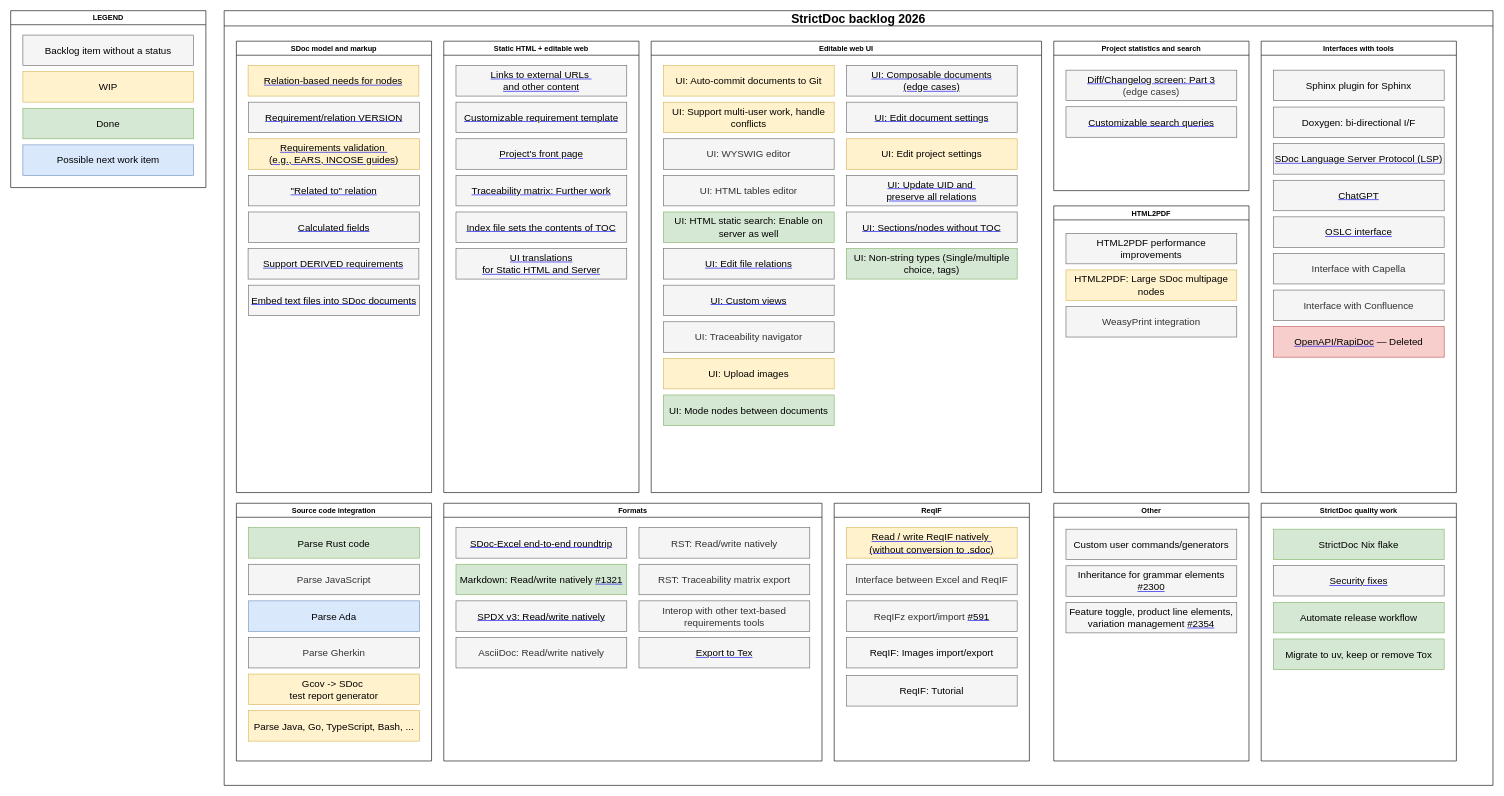
The draw.io diagram page "Backlog — 2026" (1 of 2) of developer/drawio/Backlog.drawio in strictdoc-project/strictdoc, before the edit. Source tidied: cells renumbered, new cells numbered last; positions are measured from the earlier drawing's top-left corner, leaving out a move shared by most shapes. Both pictures are drawn from the tidied source at 61%, with x=0, y=0 at pixel (10, 10).
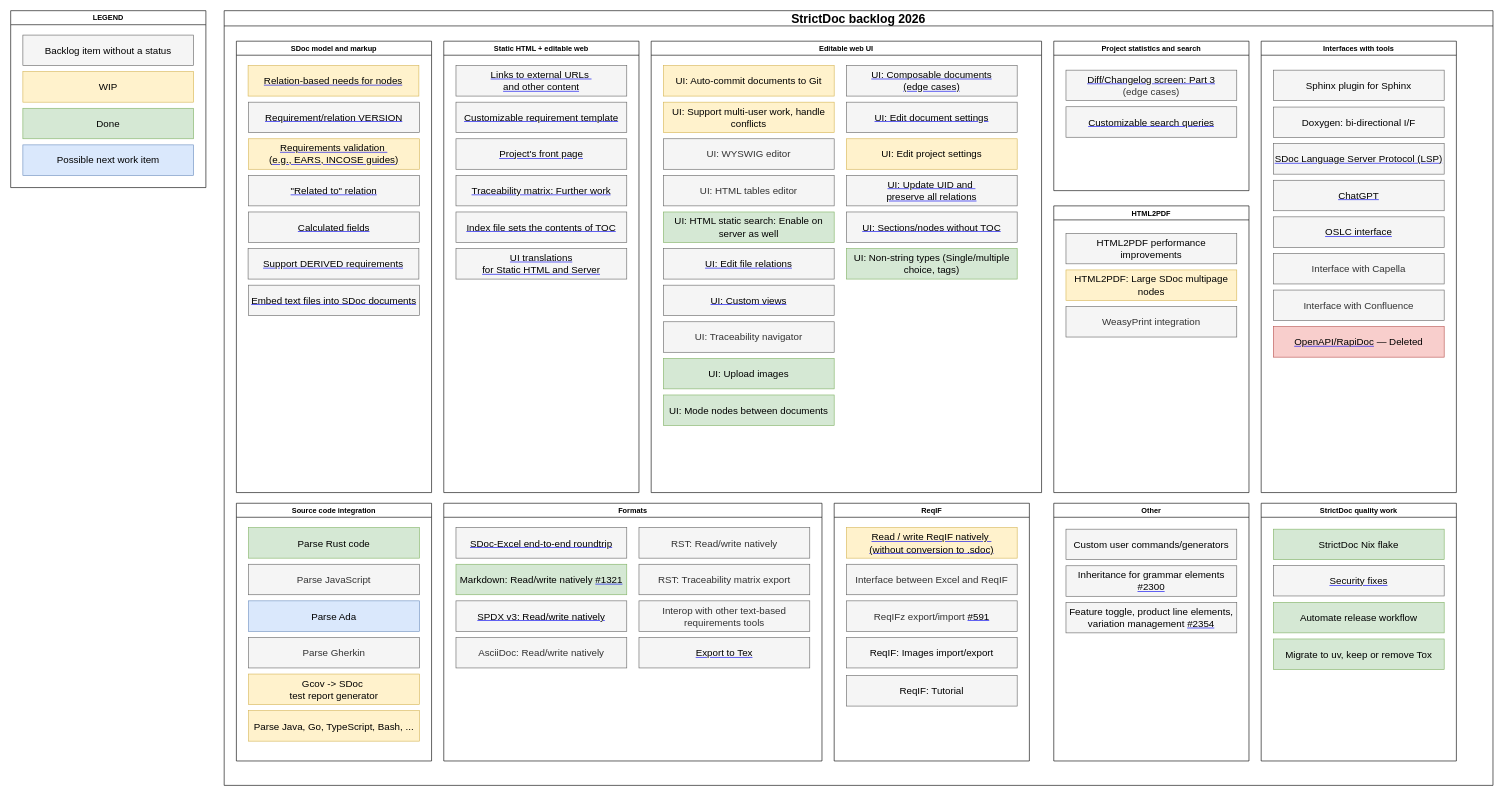
The same diagram, later.

The change refers to these unchanged cells:
```xml
<mxCell id="24" value="Editable web UI" style="swimlane;" parent="2" vertex="1">
  <mxGeometry x="700" y="50" width="640" height="740" as="geometry" />
</mxCell>
```

Diff of the diagram source:
```diff
@@
-    <mxCell id="39" value="UI: Upload images" style="text;html=1;strokeColor=#d6b656;fillColor=#fff2cc;align=center;verticalAlign=middle;whiteSpace=wrap;rounded=0;fontStyle=0;fontSize=16;" parent="24" vertex="1">
+    <mxCell id="39" value="UI: Upload images" style="text;html=1;strokeColor=#82b366;fillColor=#d5e8d4;align=center;verticalAlign=middle;whiteSpace=wrap;rounded=0;fontStyle=0;fontSize=16;" parent="24" vertex="1">
       <mxGeometry x="20" y="520" width="280" height="50" as="geometry" />
     </mxCell>
```
